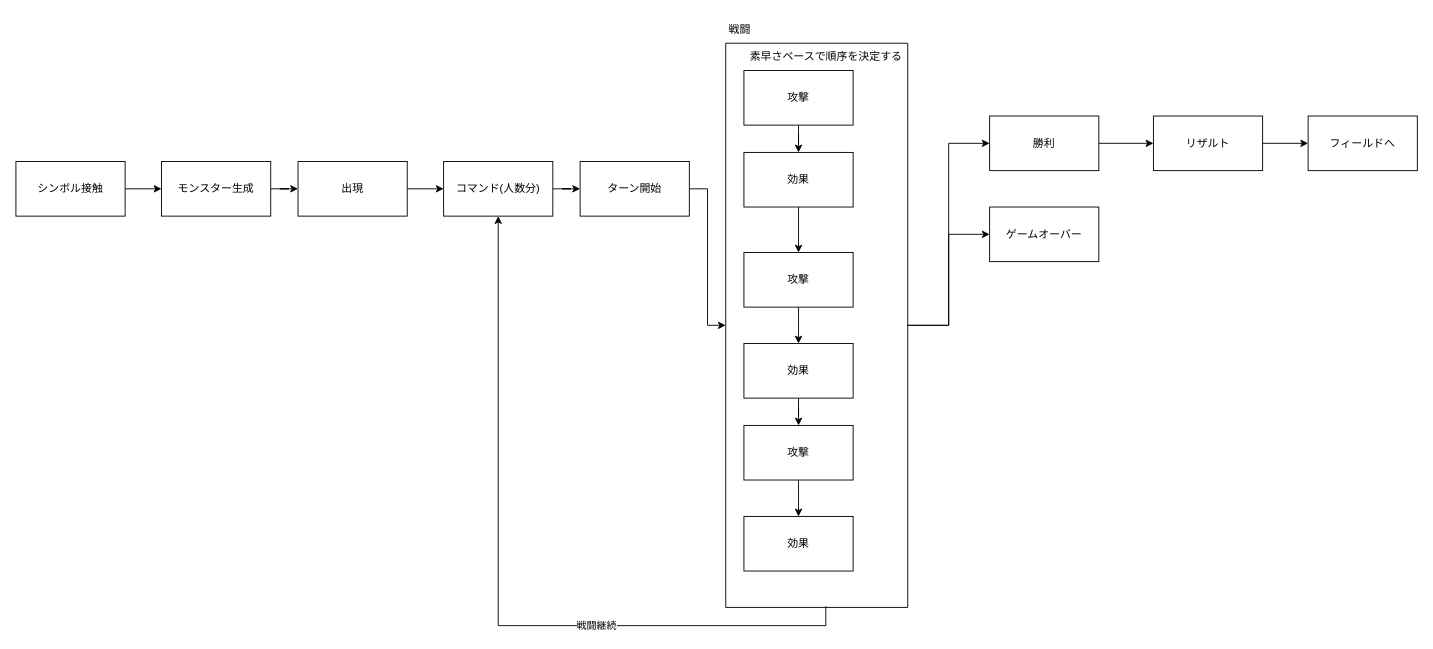
Before: page "戦闘LC" (2 of 6) of digger.drawio in kijimaD/digger_rs, a draw.io diagram. Source tidied: cells renumbered, new cells numbered last; positions are measured from the earlier drawing's top-left corner, leaving out a move shared by most shapes. Both pictures are drawn from the tidied source at 91%, with x=0, y=0 at pixel (15, 15).
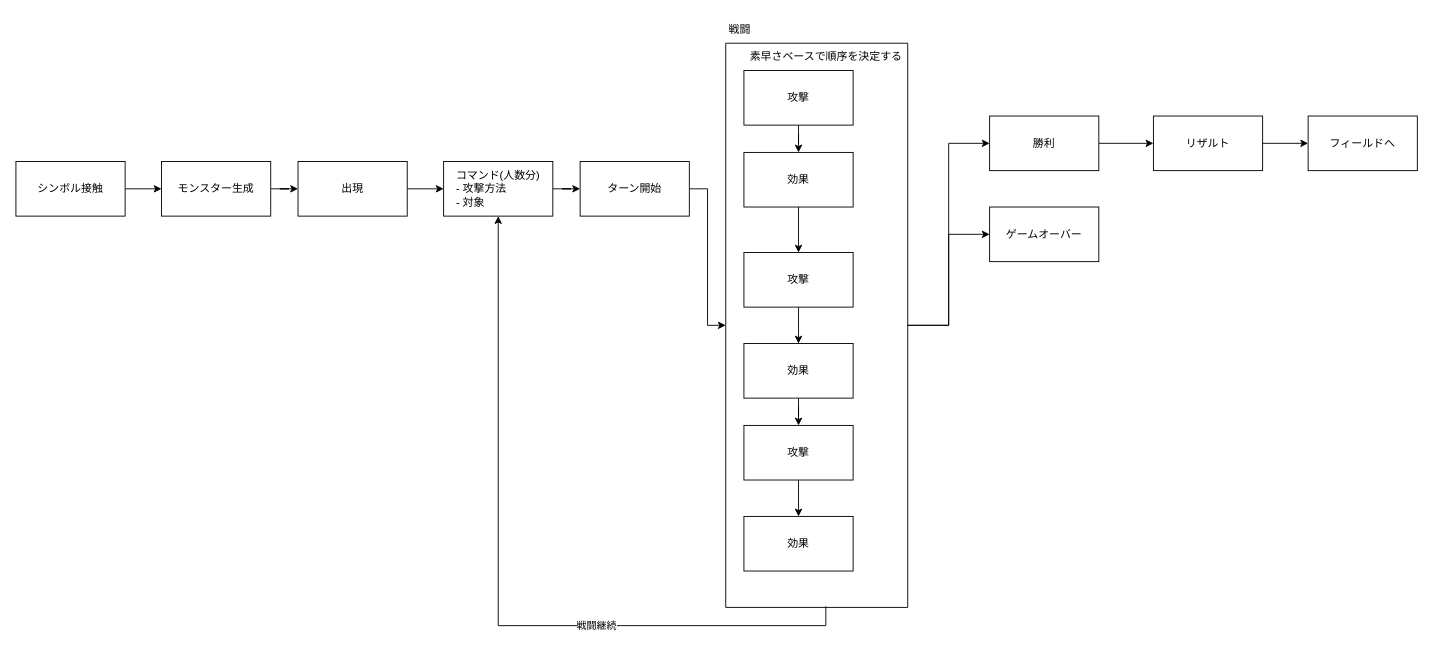
After the change.

Diff of the diagram source:
```diff
@@
-    <mxCell id="9" value="コマンド(人数分)" style="whiteSpace=wrap;html=1;" parent="1" vertex="1">
+    <mxCell id="9" value="&lt;div align=&quot;left&quot;&gt;コマンド(人数分)&lt;br&gt;- 攻撃方法&lt;br&gt;- 対象&lt;br&gt;&lt;/div&gt;" style="whiteSpace=wrap;html=1;" parent="1" vertex="1">
       <mxGeometry x="470" y="160" width="120" height="60" as="geometry" />
     </mxCell>
```
